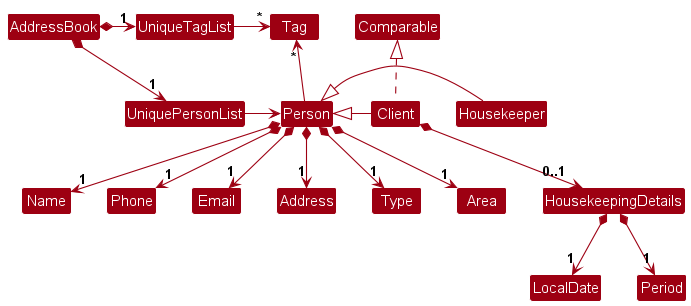
Before: docs/images/BetterModelClassDiagram.png, a diagram exported from PlantUML (LimZiJia/tp).
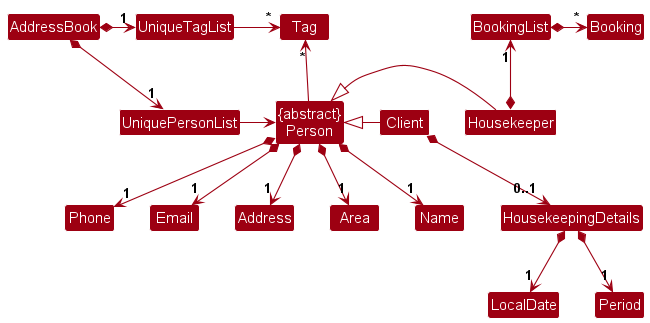
The same diagram one commit later.

What changed in the source:
```diff
@@ -3,6 +3,8 @@
 skinparam arrowThickness 1.1
 skinparam arrowColor MODEL_COLOR
 skinparam classBackgroundColor MODEL_COLOR
+
+Class "{abstract}\nPerson" as Person
 
 AddressBook *-right-> "1" UniquePersonList
 AddressBook *-right-> "1" UniqueTagList
@@ -17,16 +19,17 @@
 Person <|-right- Client
 
 Client *-down-> "0..1" HousekeepingDetails
-Client .up.|> Comparable
+Housekeeper *-up-> "1" BookingList
 
 Person *--> "1" Name
 Person *--> "1" Phone
 Person *--> "1" Email
 Person *--> "1" Address
-Person *--> "1" Type
 Person *--> "1" Area
 
 HousekeepingDetails *--> "1" LocalDate
 HousekeepingDetails *--> "1" Period
 
+BookingList *-right-> "*" Booking
+
 @enduml
```
